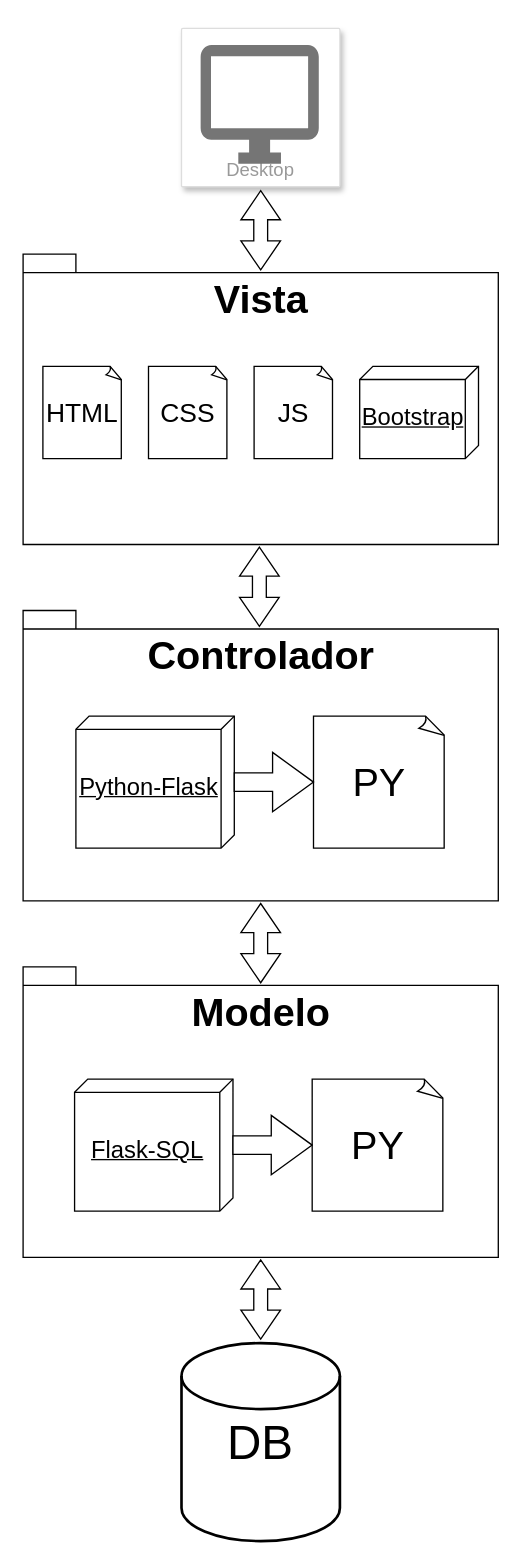
Before: page "MVC" (1 of 3) of Documentación/MVC.drawio in vladimbol7/Proyecto_Ciclo3, a draw.io diagram. Source tidied: cells renumbered, new cells numbered last; positions are measured from the earlier drawing's top-left corner, leaving out a move shared by most shapes. Both pictures are drawn from the tidied source at 132%, with x=0, y=0 at pixel (22, 28).
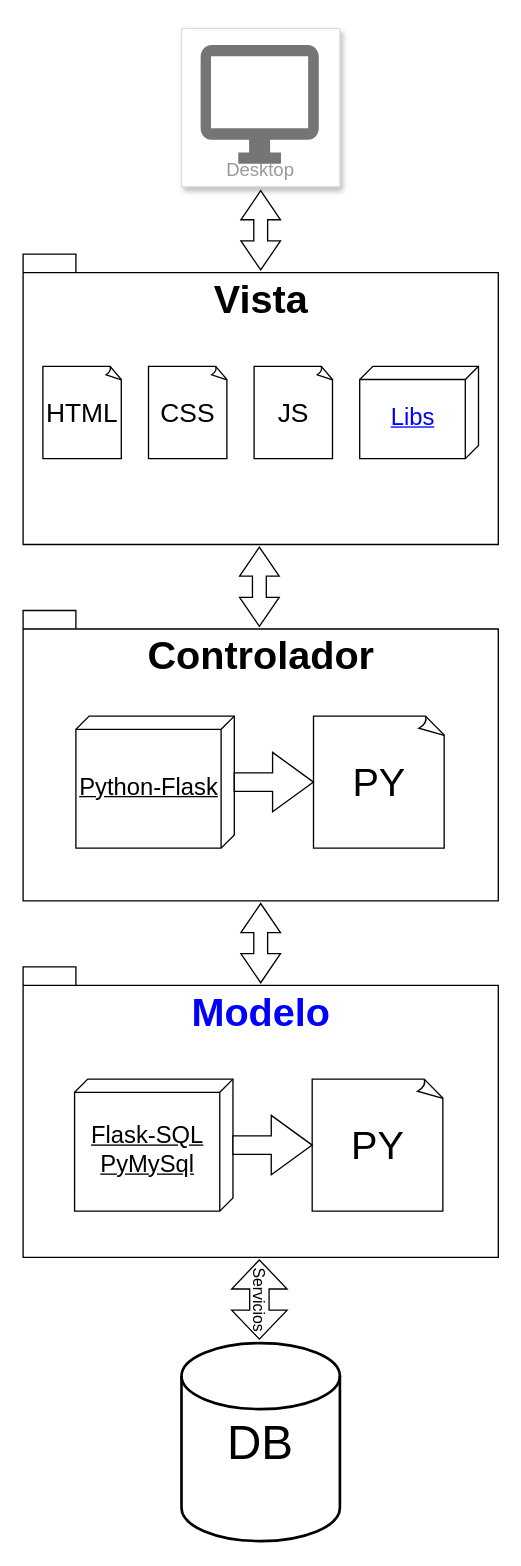
The same page after the edit.

What changed in the source:
```diff
@@
-    <mxCell id="6" value="Modelo" style="shape=folder;fontStyle=1;spacingTop=10;tabWidth=40;tabHeight=14;tabPosition=left;html=1;verticalAlign=top;fontSize=30;" parent="1" vertex="1">
+    <mxCell id="6" value="Modelo" style="shape=folder;fontStyle=1;spacingTop=10;tabWidth=40;tabHeight=14;tabPosition=left;html=1;verticalAlign=top;fontSize=30;fontColor=#0000FF;" parent="1" vertex="1">
       <mxGeometry y="711" width="360" height="220" as="geometry" />
     </mxCell>
@@
-    <mxCell id="10" style="html=1;shadow=0;dashed=0;align=center;verticalAlign=middle;shape=mxgraph.arrows2.twoWayArrow;dy=0.65;dx=22;rotation=90;" parent="1" vertex="1">
-      <mxGeometry x="150" y="948" width="60" height="30" as="geometry" />
+    <mxCell id="10" value="Servicios" style="html=1;shadow=0;dashed=0;align=center;verticalAlign=middle;shape=mxgraph.arrows2.twoWayArrow;dy=0.65;dx=22;rotation=90;" parent="1" vertex="1">
+      <mxGeometry x="149" y="942" width="60" height="42" as="geometry" />
     </mxCell>
@@
-    <mxCell id="17" value="Bootstrap" style="verticalAlign=middle;align=center;spacingTop=8;spacingLeft=2;spacingRight=12;shape=cube;size=10;direction=south;fontStyle=4;html=1;fontSize=18;" parent="1" vertex="1">
+    <mxCell id="17" value="Libs" style="verticalAlign=middle;align=center;spacingTop=8;spacingLeft=2;spacingRight=12;shape=cube;size=10;direction=south;fontStyle=4;html=1;fontSize=18;fontColor=#0000FF;" parent="1" vertex="1">
       <mxGeometry x="255" y="256" width="90" height="70" as="geometry" />
     </mxCell>
@@
-    <mxCell id="20" value="Flask-SQL" style="verticalAlign=middle;align=center;spacingTop=8;spacingLeft=2;spacingRight=12;shape=cube;size=10;direction=south;fontStyle=4;html=1;fontSize=18;" parent="1" vertex="1">
+    <mxCell id="20" value="Flask-SQL&lt;br&gt;PyMySql" style="verticalAlign=middle;align=center;spacingTop=8;spacingLeft=2;spacingRight=12;shape=cube;size=10;direction=south;fontStyle=4;html=1;fontSize=18;" parent="1" vertex="1">
       <mxGeometry x="39" y="796" width="120" height="100" as="geometry" />
     </mxCell>
```
